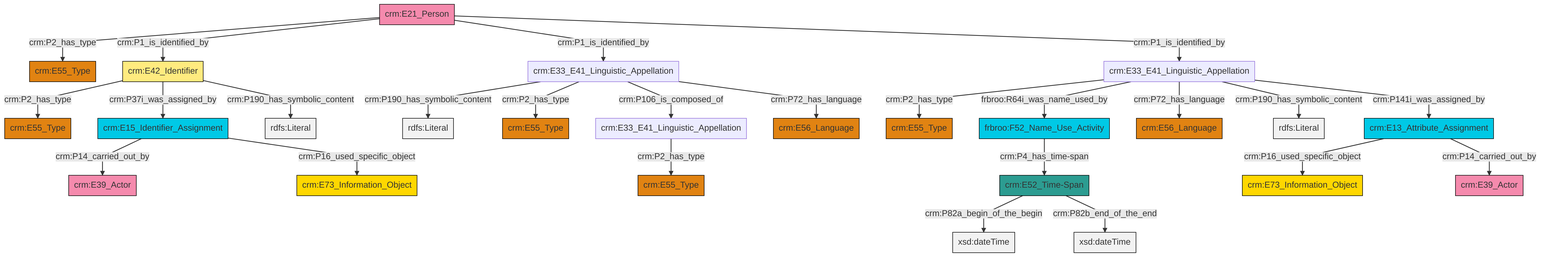
Before: et/personCSV/ttl/mmd/png/Person_Names_and_Classification.png, a diagram exported from Mermaid (swiss-art-research-net/docs.swissartresearch). Its source is kept beside it as et/personCSV/ttl/mmd/Person_Names_and_Classification.ttl.mmd.
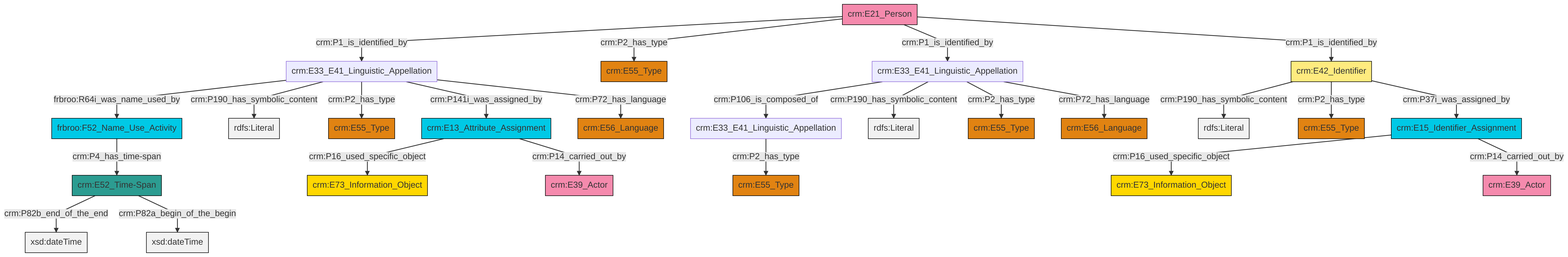
After the commit.

Diff of the diagram source:
```diff
@@ -13,27 +13,27 @@
 classDef PC_Classes fill:#4ce600, stroke:#000000;
 classDef Multi fill:#cccccc,stroke:#000000;
 
-0["crm:E33_E41_Linguistic_Appellation"]:::Default -->|crm:P190_has_symbolic_content| 1[rdfs:Literal]:::Literal
-4["crm:E33_E41_Linguistic_Appellation"]:::Default -->|crm:P2_has_type| 5["crm:E55_Type"]:::Type
-6["crm:E52_Time-Span"]:::Time-Span -->|crm:P82a_begin_of_the_begin| 7[xsd:dateTime]:::Literal
-12["crm:E21_Person"]:::Actor -->|crm:P2_has_type| 13["crm:E55_Type"]:::Type
-12["crm:E21_Person"]:::Actor -->|crm:P1_is_identified_by| 17["crm:E42_Identifier"]:::Appellation
-4["crm:E33_E41_Linguistic_Appellation"]:::Default -->|frbroo:R64i_was_name_used_by| 2["frbroo:F52_Name_Use_Activity"]:::Temporal_Entity
-4["crm:E33_E41_Linguistic_Appellation"]:::Default -->|crm:P72_has_language| 18["crm:E56_Language"]:::Type
-4["crm:E33_E41_Linguistic_Appellation"]:::Default -->|crm:P190_has_symbolic_content| 19[rdfs:Literal]:::Literal
-10["crm:E13_Attribute_Assignment"]:::Temporal_Entity -->|crm:P16_used_specific_object| 22["crm:E73_Information_Object"]:::Conceptual_Object
-12["crm:E21_Person"]:::Actor -->|crm:P1_is_identified_by| 0["crm:E33_E41_Linguistic_Appellation"]:::Default
-24["crm:E15_Identifier_Assignment"]:::Temporal_Entity -->|crm:P14_carried_out_by| 20["crm:E39_Actor"]:::Actor
-0["crm:E33_E41_Linguistic_Appellation"]:::Default -->|crm:P2_has_type| 8["crm:E55_Type"]:::Type
-27["crm:E33_E41_Linguistic_Appellation"]:::Default -->|crm:P2_has_type| 28["crm:E55_Type"]:::Type
-2["frbroo:F52_Name_Use_Activity"]:::Temporal_Entity -->|crm:P4_has_time-span| 6["crm:E52_Time-Span"]:::Time-Span
-17["crm:E42_Identifier"]:::Appellation -->|crm:P2_has_type| 32["crm:E55_Type"]:::Type
-17["crm:E42_Identifier"]:::Appellation -->|crm:P37i_was_assigned_by| 24["crm:E15_Identifier_Assignment"]:::Temporal_Entity
-12["crm:E21_Person"]:::Actor -->|crm:P1_is_identified_by| 4["crm:E33_E41_Linguistic_Appellation"]:::Default
-0["crm:E33_E41_Linguistic_Appellation"]:::Default -->|crm:P106_is_composed_of| 27["crm:E33_E41_Linguistic_Appellation"]:::Default
-0["crm:E33_E41_Linguistic_Appellation"]:::Default -->|crm:P72_has_language| 33["crm:E56_Language"]:::Type
-17["crm:E42_Identifier"]:::Appellation -->|crm:P190_has_symbolic_content| 38[rdfs:Literal]:::Literal
-24["crm:E15_Identifier_Assignment"]:::Temporal_Entity -->|crm:P16_used_specific_object| 30["crm:E73_Information_Object"]:::Conceptual_Object
-10["crm:E13_Attribute_Assignment"]:::Temporal_Entity -->|crm:P14_carried_out_by| 36["crm:E39_Actor"]:::Actor
-4["crm:E33_E41_Linguistic_Appellation"]:::Default -->|crm:P141i_was_assigned_by| 10["crm:E13_Attribute_Assignment"]:::Temporal_Entity
-6["crm:E52_Time-Span"]:::Time-Span -->|crm:P82b_end_of_the_end| 46[xsd:dateTime]:::Literal
+0["crm:E52_Time-Span"]:::Time-Span -->|crm:P82b_end_of_the_end| 1[xsd:dateTime]:::Literal
+8["crm:E33_E41_Linguistic_Appellation"]:::Default -->|crm:P106_is_composed_of| 10["crm:E33_E41_Linguistic_Appellation"]:::Default
+11["crm:E21_Person"]:::Actor -->|crm:P1_is_identified_by| 12["crm:E33_E41_Linguistic_Appellation"]:::Default
+17["crm:E42_Identifier"]:::Appellation -->|crm:P190_has_symbolic_content| 18[rdfs:Literal]:::Literal
+10["crm:E33_E41_Linguistic_Appellation"]:::Default -->|crm:P2_has_type| 19["crm:E55_Type"]:::Type
+11["crm:E21_Person"]:::Actor -->|crm:P2_has_type| 2["crm:E55_Type"]:::Type
+11["crm:E21_Person"]:::Actor -->|crm:P1_is_identified_by| 8["crm:E33_E41_Linguistic_Appellation"]:::Default
+17["crm:E42_Identifier"]:::Appellation -->|crm:P2_has_type| 15["crm:E55_Type"]:::Type
+17["crm:E42_Identifier"]:::Appellation -->|crm:P37i_was_assigned_by| 21["crm:E15_Identifier_Assignment"]:::Temporal_Entity
+21["crm:E15_Identifier_Assignment"]:::Temporal_Entity -->|crm:P16_used_specific_object| 22["crm:E73_Information_Object"]:::Conceptual_Object
+8["crm:E33_E41_Linguistic_Appellation"]:::Default -->|crm:P190_has_symbolic_content| 23[rdfs:Literal]:::Literal
+21["crm:E15_Identifier_Assignment"]:::Temporal_Entity -->|crm:P14_carried_out_by| 24["crm:E39_Actor"]:::Actor
+6["frbroo:F52_Name_Use_Activity"]:::Temporal_Entity -->|crm:P4_has_time-span| 0["crm:E52_Time-Span"]:::Time-Span
+12["crm:E33_E41_Linguistic_Appellation"]:::Default -->|frbroo:R64i_was_name_used_by| 6["frbroo:F52_Name_Use_Activity"]:::Temporal_Entity
+12["crm:E33_E41_Linguistic_Appellation"]:::Default -->|crm:P190_has_symbolic_content| 31[rdfs:Literal]:::Literal
+32["crm:E13_Attribute_Assignment"]:::Temporal_Entity -->|crm:P16_used_specific_object| 28["crm:E73_Information_Object"]:::Conceptual_Object
+8["crm:E33_E41_Linguistic_Appellation"]:::Default -->|crm:P2_has_type| 4["crm:E55_Type"]:::Type
+12["crm:E33_E41_Linguistic_Appellation"]:::Default -->|crm:P2_has_type| 36["crm:E55_Type"]:::Type
+0["crm:E52_Time-Span"]:::Time-Span -->|crm:P82a_begin_of_the_begin| 37[xsd:dateTime]:::Literal
+11["crm:E21_Person"]:::Actor -->|crm:P1_is_identified_by| 17["crm:E42_Identifier"]:::Appellation
+12["crm:E33_E41_Linguistic_Appellation"]:::Default -->|crm:P141i_was_assigned_by| 32["crm:E13_Attribute_Assignment"]:::Temporal_Entity
+8["crm:E33_E41_Linguistic_Appellation"]:::Default -->|crm:P72_has_language| 41["crm:E56_Language"]:::Type
+12["crm:E33_E41_Linguistic_Appellation"]:::Default -->|crm:P72_has_language| 26["crm:E56_Language"]:::Type
+32["crm:E13_Attribute_Assignment"]:::Temporal_Entity -->|crm:P14_carried_out_by| 34["crm:E39_Actor"]:::Actor
```
